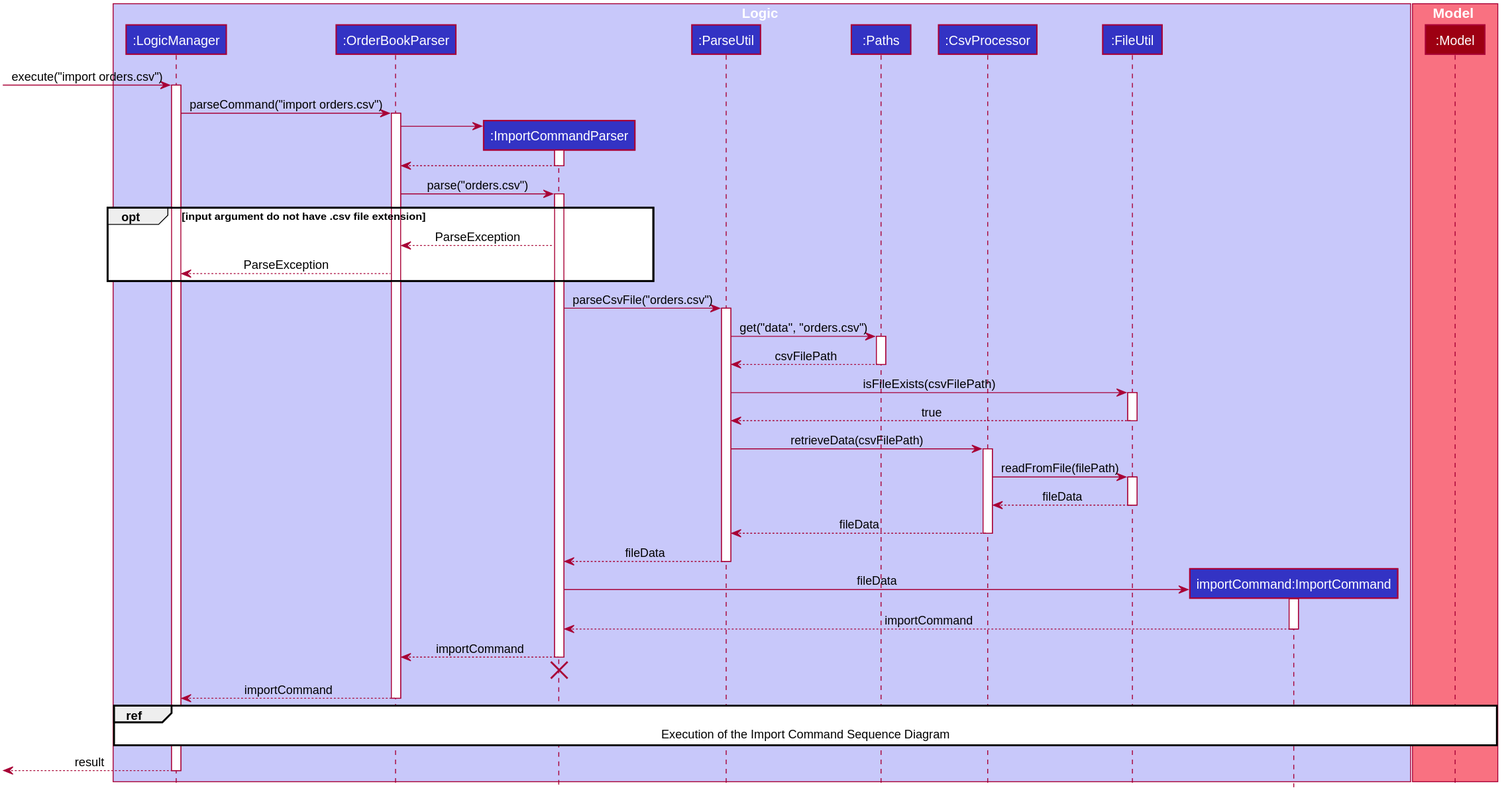
Before: docs/images/ImportCommandSequenceDiagram.svg, a diagram exported from PlantUML (nus-cs2103-AY1920S2/addressbook-level3).
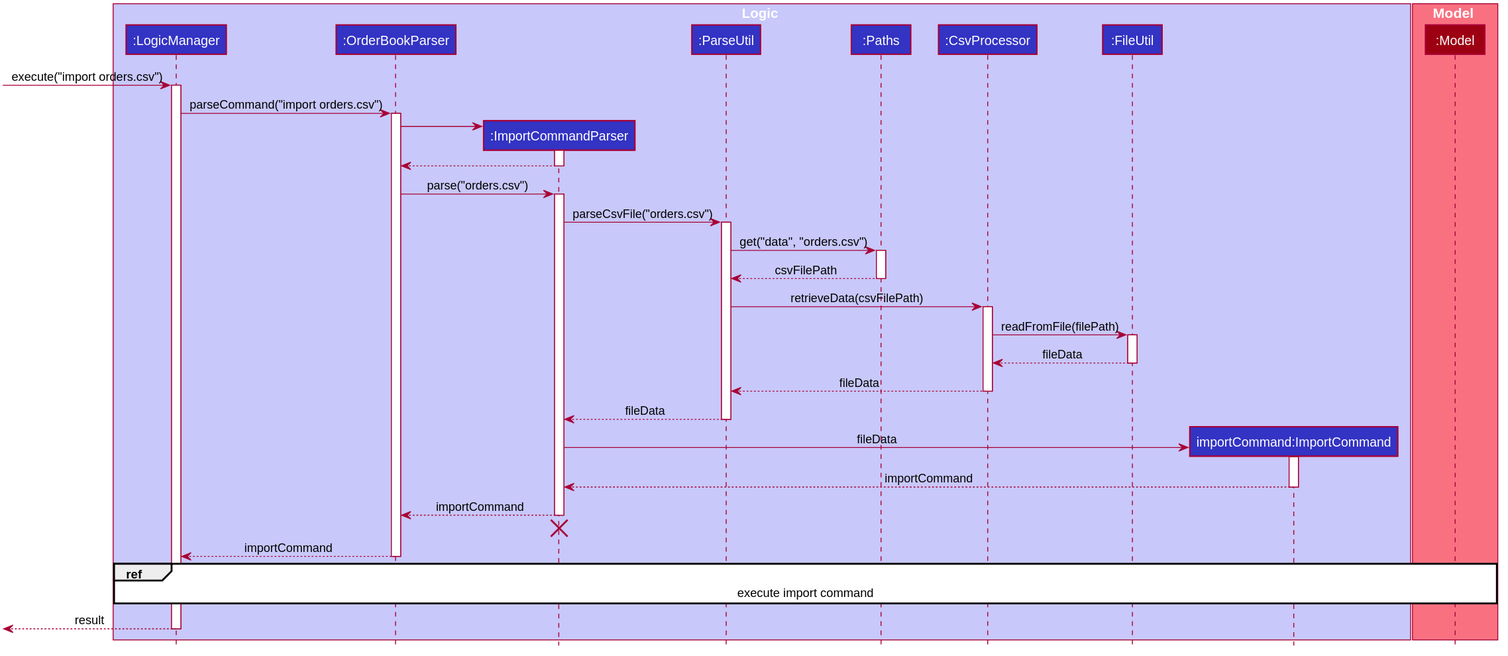
After the change.

Change to the diagram source:
```diff
@@ -74,20 +74,11 @@
 
 OrderBookParser -> ImportCommandParser ++ : parse("orders.csv")
 
-opt input argument do not have .csv file extension
-    ImportCommandParser --> OrderBookParser : ParseException
-    OrderBookParser --> LogicManager : ParseException
-end
-
 ImportCommandParser -> ParseUtil ++ : parseCsvFile("orders.csv")
 
 ParseUtil -> Paths ++ : get("data", "orders.csv")
 
 Paths --> ParseUtil -- : csvFilePath
-
-ParseUtil -> FileUtil ++ : isFileExists(csvFilePath)
-
-FileUtil --> ParseUtil -- : true
 
 ParseUtil -> CsvProcessor ++ : retrieveData(csvFilePath)
 
@@ -111,7 +102,7 @@
 
 OrderBookParser --> LogicManager -- : importCommand
 
-ref over LogicManager,  Model : Execution of the Import Command Sequence Diagram
+ref over LogicManager,  Model : execute import command
 
 [<--LogicManager : result
 deactivate LogicManager
```
